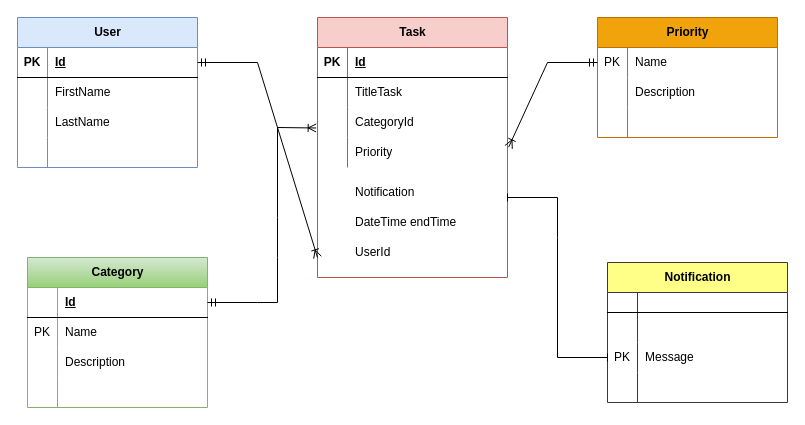
Earlier version of the draw.io diagram Диаграмма без названия.drawio (MSI-90/MyTaskManager). Source tidied: cells renumbered, new cells numbered last; positions are measured from the earlier drawing's top-left corner, leaving out a move shared by most shapes. Both pictures are drawn from the tidied source at 100%, with x=0, y=0 at pixel (17, 17).
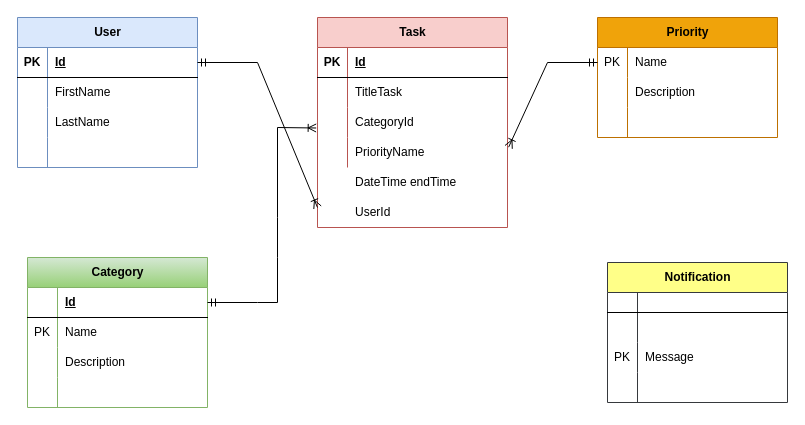
Above is the later version.

Unchanged cells that the change refers to:
```xml
<mxCell id="12" style="shape=tableRow;horizontal=0;startSize=0;swimlaneHead=0;swimlaneBody=0;fillColor=none;points=[[0,0.5],[1,0.5]];portConstraint=eastwest;top=0;left=0;right=0;bottom=0;" parent="2" vertex="1">
  <mxGeometry y="120" width="190" height="30" as="geometry" />
</mxCell>
<mxCell id="39" style="shape=tableRow;horizontal=0;startSize=0;swimlaneHead=0;swimlaneBody=0;fillColor=none;points=[[0,0.5],[1,0.5]];portConstraint=eastwest;top=0;left=0;right=0;bottom=1;" parent="38" vertex="1">
  <mxGeometry y="30" width="180" height="30" as="geometry" />
</mxCell>
<mxCell id="58" style="shape=tableRow;horizontal=0;startSize=0;swimlaneHead=0;swimlaneBody=0;fillColor=none;points=[[0,0.5],[1,0.5]];portConstraint=eastwest;top=0;left=0;right=0;bottom=0;" parent="51" vertex="1">
  <mxGeometry y="80" width="180" height="30" as="geometry" />
</mxCell>
```

The edit, as a diff of the source:
```diff
@@
     <mxCell id="2" value="Task" style="shape=table;startSize=30;childLayout=tableLayout;rowLines=0;fontStyle=1;align=center;html=1;fillColor=#f8cecc;strokeColor=#b85450;" parent="1" vertex="1">
-      <mxGeometry x="300" width="190" height="260" as="geometry" />
+      <mxGeometry x="300" width="190" height="210" as="geometry" />
     </mxCell>
@@
-    <mxCell id="14" value="Priority" style="shape=partialRectangle;fillColor=none;top=0;left=0;bottom=0;right=0;align=left;spacingLeft=6;overflow=hidden;whiteSpace=wrap;html=1;" parent="12" vertex="1">
+    <mxCell id="14" value="PriorityName" style="shape=partialRectangle;fillColor=none;top=0;left=0;bottom=0;right=0;align=left;spacingLeft=6;overflow=hidden;whiteSpace=wrap;html=1;" parent="12" vertex="1">
       <mxGeometry x="30" width="160" height="30" as="geometry" />
     </mxCell>
@@
     <mxCell id="64" style="edgeStyle=none;rounded=0;jettySize=auto;html=1;exitX=1;exitY=0.5;exitDx=0;exitDy=0;startArrow=ERmandOne;startFill=0;endArrow=ERoneToMany;endFill=0;" parent="1" edge="1" source="39">
       <mxGeometry relative="1" as="geometry">
-        <mxPoint x="300" y="240" as="targetPoint" />
+        <mxPoint x="300" y="190" as="targetPoint" />
         <Array as="points">
           <mxPoint x="240" y="45" />
         </Array>
       </mxGeometry>
     </mxCell>
@@
-    <mxCell id="67" style="edgeStyle=none;rounded=0;jettySize=auto;html=1;startArrow=baseDash;startFill=0;endArrow=baseDash;endFill=0;exitX=0;exitY=0.5;exitDx=0;exitDy=0;" parent="1" edge="1" source="58">
-      <mxGeometry relative="1" as="geometry">
-        <mxPoint x="490" y="180" as="targetPoint" />
-        <Array as="points">
-          <mxPoint x="540" y="340" />
-          <mxPoint x="540" y="220" />
-          <mxPoint x="540" y="180" />
-        </Array>
-      </mxGeometry>
-    </mxCell>
-    <mxCell id="68" value="&lt;div&gt;Notification&lt;/div&gt;" style="shape=partialRectangle;fillColor=none;top=0;left=0;bottom=0;right=0;align=left;spacingLeft=6;overflow=hidden;whiteSpace=wrap;html=1;perimeterSpacing=0;" parent="1" vertex="1">
-      <mxGeometry x="330" y="160" width="160" height="30" as="geometry" />
-    </mxCell>
     <mxCell id="69" value="DateTime endTime" style="shape=partialRectangle;fillColor=none;top=0;left=0;bottom=0;right=0;align=left;spacingLeft=6;overflow=hidden;whiteSpace=wrap;html=1;perimeterSpacing=0;" parent="1" vertex="1">
-      <mxGeometry x="330" y="190" width="160" height="30" as="geometry" />
+      <mxGeometry x="330" y="150" width="160" height="30" as="geometry" />
     </mxCell>
     <mxCell id="70" value="UserId" style="shape=partialRectangle;fillColor=none;top=0;left=0;bottom=0;right=0;align=left;spacingLeft=6;overflow=hidden;whiteSpace=wrap;html=1;" parent="1" vertex="1">
-      <mxGeometry x="330" y="220" width="160" height="30" as="geometry" />
+      <mxGeometry x="330" y="180" width="160" height="30" as="geometry" />
     </mxCell>
```
